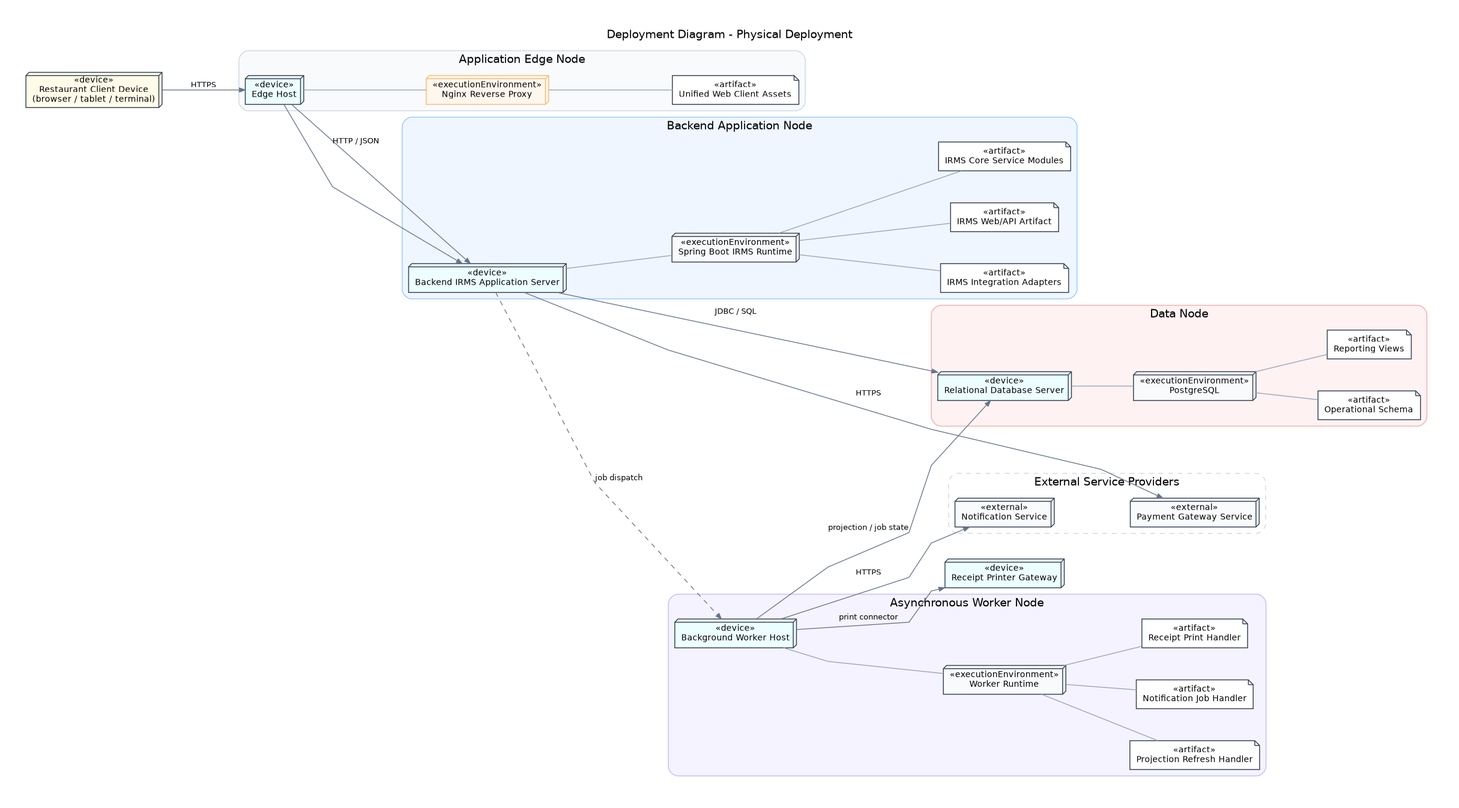
The Graphviz diagram assets/diagrams/rendered/architecture/15_deployment_diagram_physical_deployment.png in lehoangluan1/SA_IRMS, before a commit. Its source is kept beside it as assets/diagrams/source/architecture/15_deployment_diagram_physical_deployment.dot.
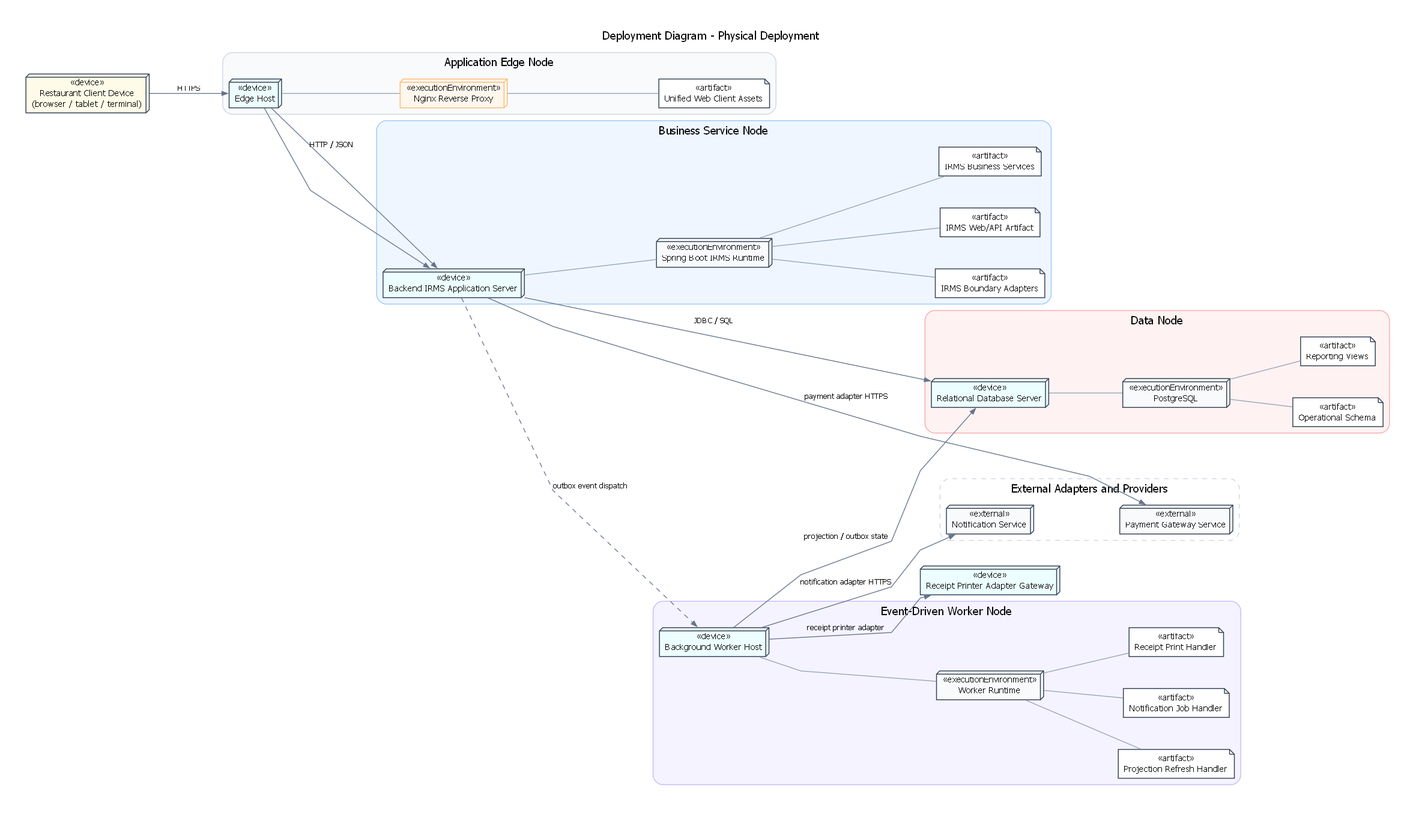
After the change.

The edit, as a diff of the source:
```diff
@@ -36,7 +36,7 @@
   }
 
   subgraph cluster_appserver {
-    label="Backend Application Node";
+    label="Business Service Node";
     color="#93C5FD";
     style="rounded,filled";
     fillcolor="#EFF6FF";
@@ -47,9 +47,9 @@
     api   [shape=note, fillcolor="#FFFFFF", label="«artifact»
 IRMS Web/API Artifact"];
     core  [shape=note, fillcolor="#FFFFFF", label="«artifact»
-IRMS Core Service Modules"];
+IRMS Business Services"];
     adapt [shape=note, fillcolor="#FFFFFF", label="«artifact»
-IRMS Integration Adapters"];
+IRMS Boundary Adapters"];
     apphost -> apprt [arrowhead=none, color="#94A3B8"];
     apprt -> api [arrowhead=none, color="#94A3B8"];
     apprt -> core [arrowhead=none, color="#94A3B8"];
@@ -57,7 +57,7 @@
   }
 
   subgraph cluster_worker {
-    label="Asynchronous Worker Node";
+    label="Event-Driven Worker Node";
     color="#C4B5FD";
     style="rounded,filled";
     fillcolor="#F5F3FF";
@@ -96,10 +96,10 @@
   }
 
   printer [shape=box3d, fillcolor="#ECFEFF", label="«device»
-Receipt Printer Gateway"];
+Receipt Printer Adapter Gateway"];
 
   subgraph cluster_external {
-    label="External Service Providers";
+    label="External Adapters and Providers";
     color="#CBD5E1";
     style="rounded,dashed";
     pay [shape=box3d, fillcolor="#F8FAFC", label="«external»
@@ -111,11 +111,11 @@
   browser -> edgehost [label="HTTPS"];
   edgehost -> apphost [label="HTTP / JSON"];
   apphost -> dbhost [label="JDBC / SQL"];
-  apphost -> workerh [style=dashed, label="job dispatch"];
-  workerh -> dbhost [label="projection / job state"];
-  apphost -> pay [label="HTTPS"];
-  workerh -> ns [label="HTTPS"];
-  workerh -> printer [label="print connector"];
+  apphost -> workerh [style=dashed, label="outbox event dispatch"];
+  workerh -> dbhost [label="projection / outbox state"];
+  apphost -> pay [label="payment adapter HTTPS"];
+  workerh -> ns [label="notification adapter HTTPS"];
+  workerh -> printer [label="receipt printer adapter"];
 
   edgehost -> apphost [weight=8];
   apphost -> workerh [style=invis, weight=8];
```
